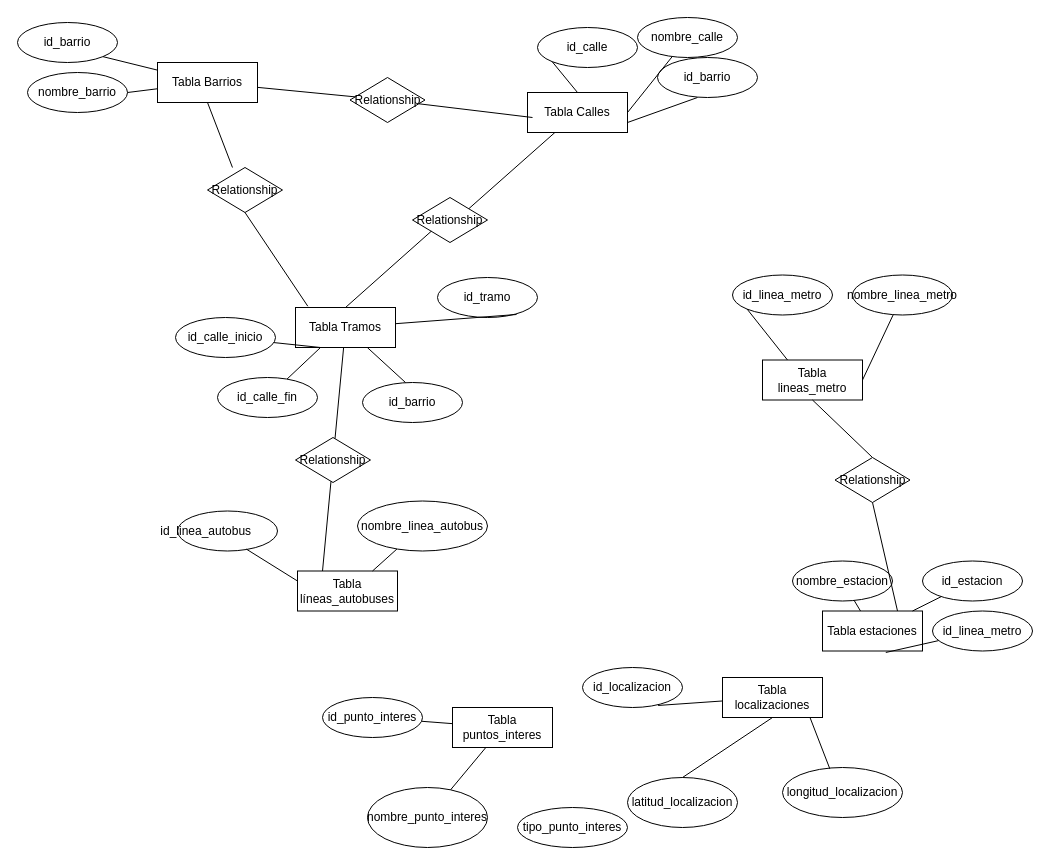
The draw.io diagram diseno_entidad_relacion.drawio in hollyredfield/dam1, before the edit. Source tidied: cells renumbered, new cells numbered last; positions are measured from the earlier drawing's top-left corner, leaving out a move shared by most shapes. Both pictures are drawn from the tidied source at 100%, with x=0, y=0 at pixel (17, 17).
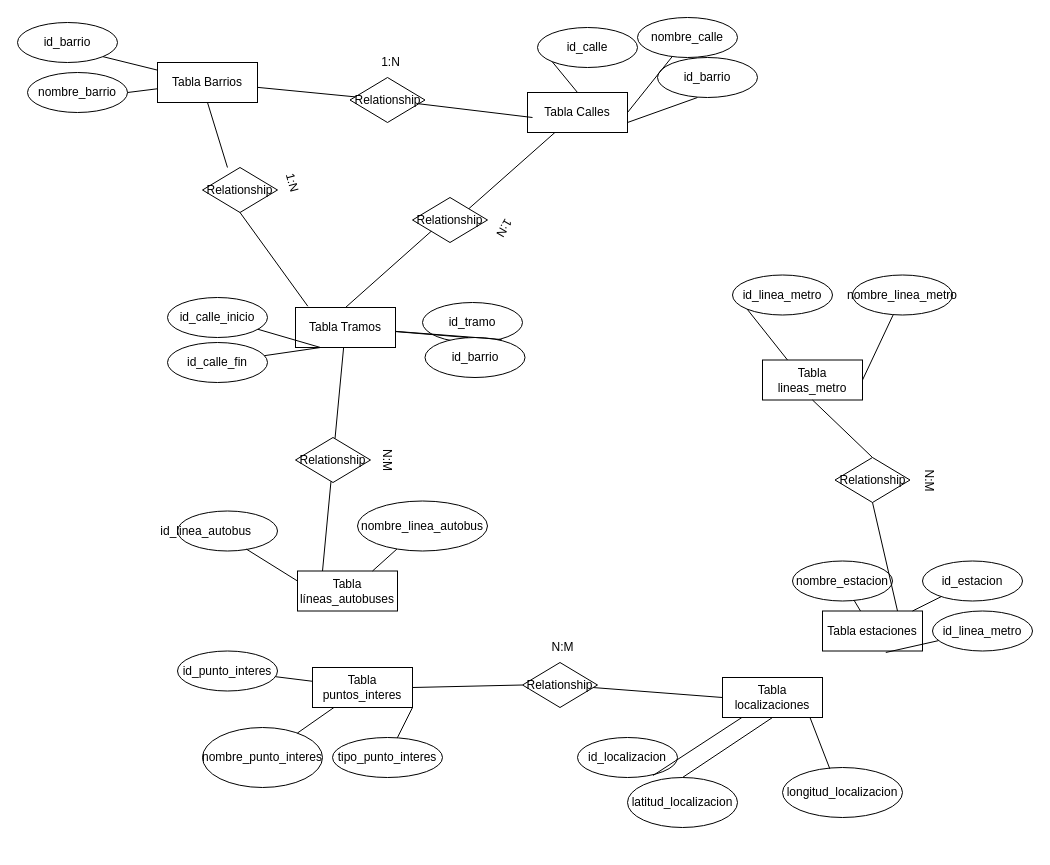
The same page after the edit.

Unchanged cells that the change refers to:
```xml
<mxCell id="8" value="Tabla localizaciones" style="whiteSpace=wrap;html=1;align=center;" parent="1" vertex="1">
  <mxGeometry x="705" y="660" width="100" height="40" as="geometry" />
</mxCell>
```

What changed in the source:
```diff
@@
     <mxCell id="7" value="Tabla puntos_interes" style="whiteSpace=wrap;html=1;align=center;" parent="1" vertex="1">
-      <mxGeometry x="435" y="690" width="100" height="40" as="geometry" />
+      <mxGeometry x="295" y="650" width="100" height="40" as="geometry" />
     </mxCell>
@@
     <mxCell id="15" value="id_tramo" style="ellipse;whiteSpace=wrap;html=1;align=center;" parent="1" vertex="1">
-      <mxGeometry x="420" y="260" width="100" height="40" as="geometry" />
+      <mxGeometry x="405" y="285" width="100" height="40" as="geometry" />
     </mxCell>
     <mxCell id="16" value="id_barrio" style="ellipse;whiteSpace=wrap;html=1;align=center;" parent="1" vertex="1">
-      <mxGeometry x="345" y="365" width="100" height="40" as="geometry" />
+      <mxGeometry x="407.5" y="320" width="100" height="40" as="geometry" />
     </mxCell>
     <mxCell id="17" value="id_calle_fin" style="ellipse;whiteSpace=wrap;html=1;align=center;" parent="1" vertex="1">
-      <mxGeometry x="200" y="360" width="100" height="40" as="geometry" />
+      <mxGeometry x="150" y="325" width="100" height="40" as="geometry" />
     </mxCell>
     <mxCell id="18" value="id_calle_inicio" style="ellipse;whiteSpace=wrap;html=1;align=center;" parent="1" vertex="1">
-      <mxGeometry x="158" y="300" width="100" height="40" as="geometry" />
+      <mxGeometry x="150" y="280" width="100" height="40" as="geometry" />
     </mxCell>
@@
     <mxCell id="26" value="nombre_punto_interes" style="ellipse;whiteSpace=wrap;html=1;align=center;" parent="1" vertex="1">
-      <mxGeometry x="350" y="770" width="120" height="60" as="geometry" />
+      <mxGeometry x="185" y="710" width="120" height="60" as="geometry" />
     </mxCell>
     <mxCell id="27" value="id_punto_interes" style="ellipse;whiteSpace=wrap;html=1;align=center;" parent="1" vertex="1">
-      <mxGeometry x="305" y="680" width="100" height="40" as="geometry" />
+      <mxGeometry x="160" y="633.5" width="100" height="40" as="geometry" />
     </mxCell>
     <mxCell id="28" value="tipo_punto_interes" style="ellipse;whiteSpace=wrap;html=1;align=center;" parent="1" vertex="1">
-      <mxGeometry x="500" y="790" width="110" height="40" as="geometry" />
+      <mxGeometry x="315" y="720" width="110" height="40" as="geometry" />
     </mxCell>
@@
     <mxCell id="31" value="id_localizacion" style="ellipse;whiteSpace=wrap;html=1;align=center;" parent="1" vertex="1">
-      <mxGeometry x="565" y="650" width="100" height="40" as="geometry" />
+      <mxGeometry x="560" y="720" width="100" height="40" as="geometry" />
     </mxCell>
@@
     <mxCell id="59" value="Relationship" style="shape=rhombus;perimeter=rhombusPerimeter;whiteSpace=wrap;html=1;align=center;" parent="1" vertex="1">
-      <mxGeometry x="190" y="150" width="75" height="45" as="geometry" />
+      <mxGeometry x="185" y="150" width="75" height="45" as="geometry" />
     </mxCell>
@@
+    <mxCell id="68" style="endArrow=none;html=1;rounded=0;exitX=1;exitY=1;exitDx=0;exitDy=0;" parent="1" edge="1" source="7" target="28">
+      <mxGeometry relative="1" as="geometry" />
+    </mxCell>
+    <mxCell id="69" style="endArrow=none;html=1;rounded=0;entryX=1;entryY=0.5;entryDx=0;entryDy=0;exitX=0;exitY=0.5;exitDx=0;exitDy=0;" parent="1" edge="1" source="70" target="7">
+      <mxGeometry relative="1" as="geometry" />
+    </mxCell>
+    <mxCell id="70" value="Relationship" style="shape=rhombus;perimeter=rhombusPerimeter;whiteSpace=wrap;html=1;align=center;" parent="1" vertex="1">
+      <mxGeometry x="505" y="645" width="75" height="45" as="geometry" />
+    </mxCell>
+    <mxCell id="71" style="endArrow=none;html=1;rounded=0;exitX=0;exitY=0.5;exitDx=0;exitDy=0;" parent="1" edge="1" source="8" target="70">
+      <mxGeometry relative="1" as="geometry" />
+    </mxCell>
+    <mxCell id="72" value="1:N" style="text;html=1;align=center;verticalAlign=middle;strokeColor=none;fillColor=none;" parent="1" vertex="1">
+      <mxGeometry x="353" y="30" width="40" height="30" as="geometry" />
+    </mxCell>
+    <mxCell id="73" value="N:M" style="text;html=1;align=center;verticalAlign=middle;strokeColor=none;fillColor=none;rotation=90;" parent="1" vertex="1">
+      <mxGeometry x="345" y="427.5" width="50" height="30" as="geometry" />
+    </mxCell>
+    <mxCell id="74" value="N:M" style="text;html=1;align=center;verticalAlign=middle;strokeColor=none;fillColor=none;rotation=90;" parent="1" vertex="1">
+      <mxGeometry x="887.5" y="447.5" width="50" height="30" as="geometry" />
+    </mxCell>
+    <mxCell id="75" value="N:M" style="text;html=1;align=center;verticalAlign=middle;strokeColor=none;fillColor=none;rotation=0;" parent="1" vertex="1">
+      <mxGeometry x="520" y="615" width="50" height="30" as="geometry" />
+    </mxCell>
+    <mxCell id="76" value="1:N" style="text;html=1;align=center;verticalAlign=middle;strokeColor=none;fillColor=none;rotation=120;" parent="1" vertex="1">
+      <mxGeometry x="467.5" y="195" width="40" height="30" as="geometry" />
+    </mxCell>
+    <mxCell id="77" value="1:N" style="text;html=1;align=center;verticalAlign=middle;strokeColor=none;fillColor=none;rotation=75;" parent="1" vertex="1">
+      <mxGeometry x="255" y="150" width="40" height="30" as="geometry" />
+    </mxCell>
```
